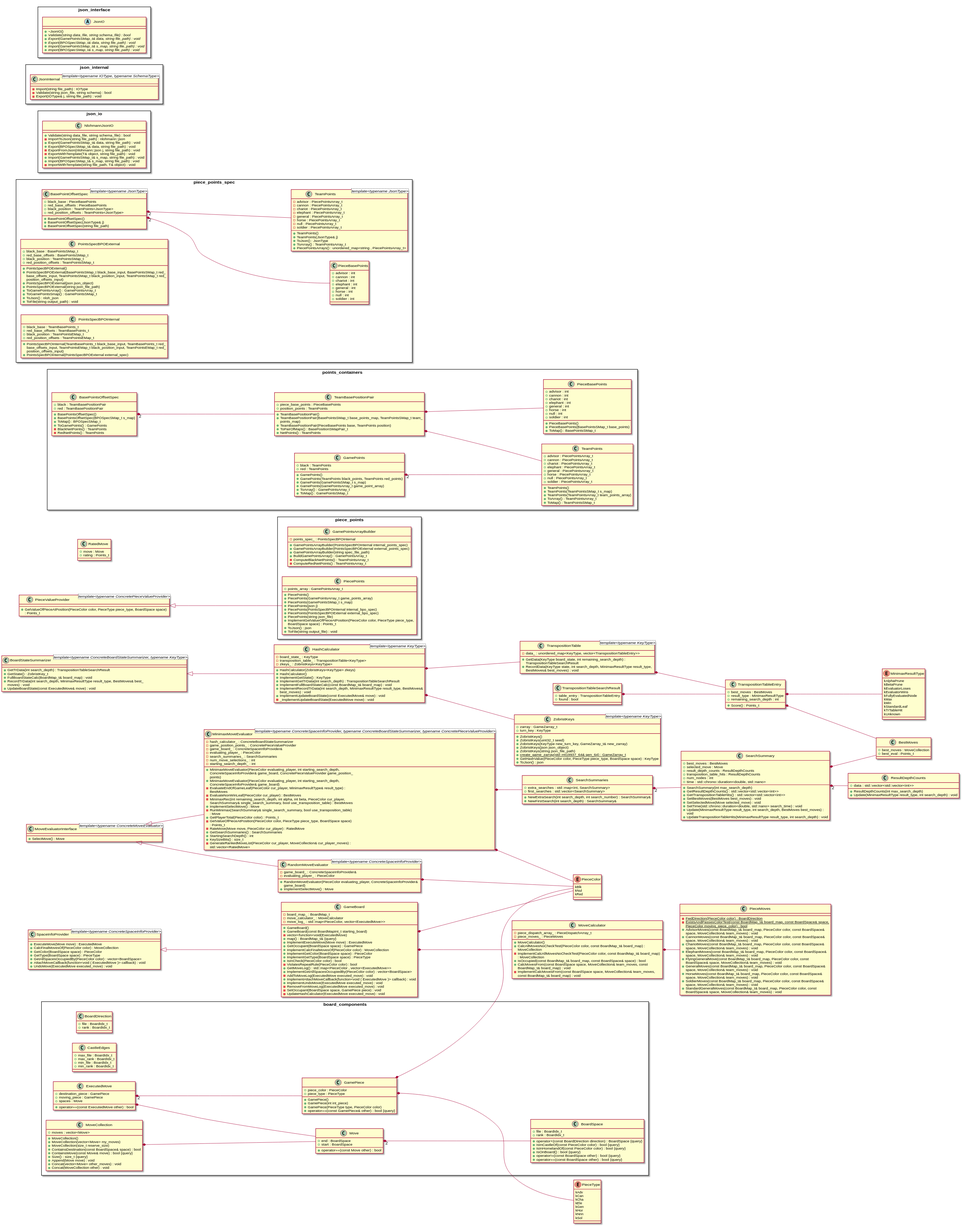
The PlantUML diagram docs/plantuml/output.svg in duanegoodner/xiangqigame, before a commit.
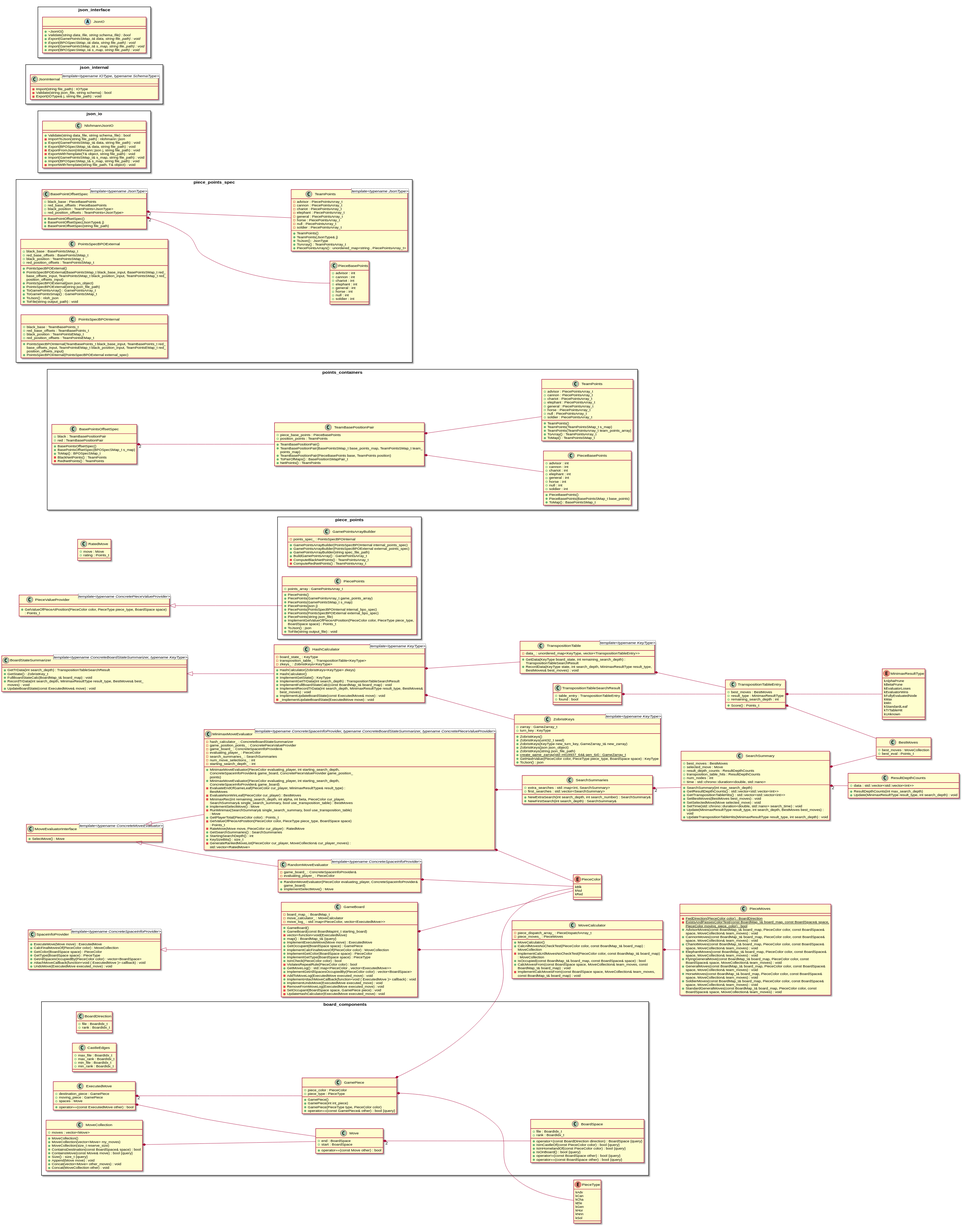
After the commit.

Commit message:
remove unused GamePoints struct

What changed in the source:
```diff
@@ -4,7 +4,6 @@
 skinparam wrapWidth 500
 left to right direction
 scale 0.75
-
 
 
 
@@ -259,22 +258,10 @@
 		+BasePointsOffsetSpec()
 		+BasePointsOffsetSpec(BPOSpecSMap_t s_map)
 		+ToMap() : BPOSpecSMap_t
-		+ToGamePoints() : GamePoints
 		+black : TeamBasePositionPair
 		+red : TeamBasePositionPair
 		-BlackNetPoints() : TeamPoints
 		-RedNetPoints() : TeamPoints
-	}
-
-	class GamePoints {
-		+GamePoints()
-		+GamePoints(TeamPoints black_points, TeamPoints red_points)
-		+GamePoints(GamePointsSMap_t s_map)
-		+GamePoints(GamePointsArray_t game_point_array)
-		+ToArray() : GamePointsArray_t
-		+ToMap() : GamePointsSMap_t
-		+black : TeamPoints
-		+red : TeamPoints
 	}
 
 	class PieceBasePoints {
@@ -557,9 +544,6 @@
 board_components.GamePiece *-- PieceType
 
 
-points_containers.GamePoints "2" *-- points_containers.TeamPoints
-
-
 HashCalculator *-- TranspositionTable
 
 
```
